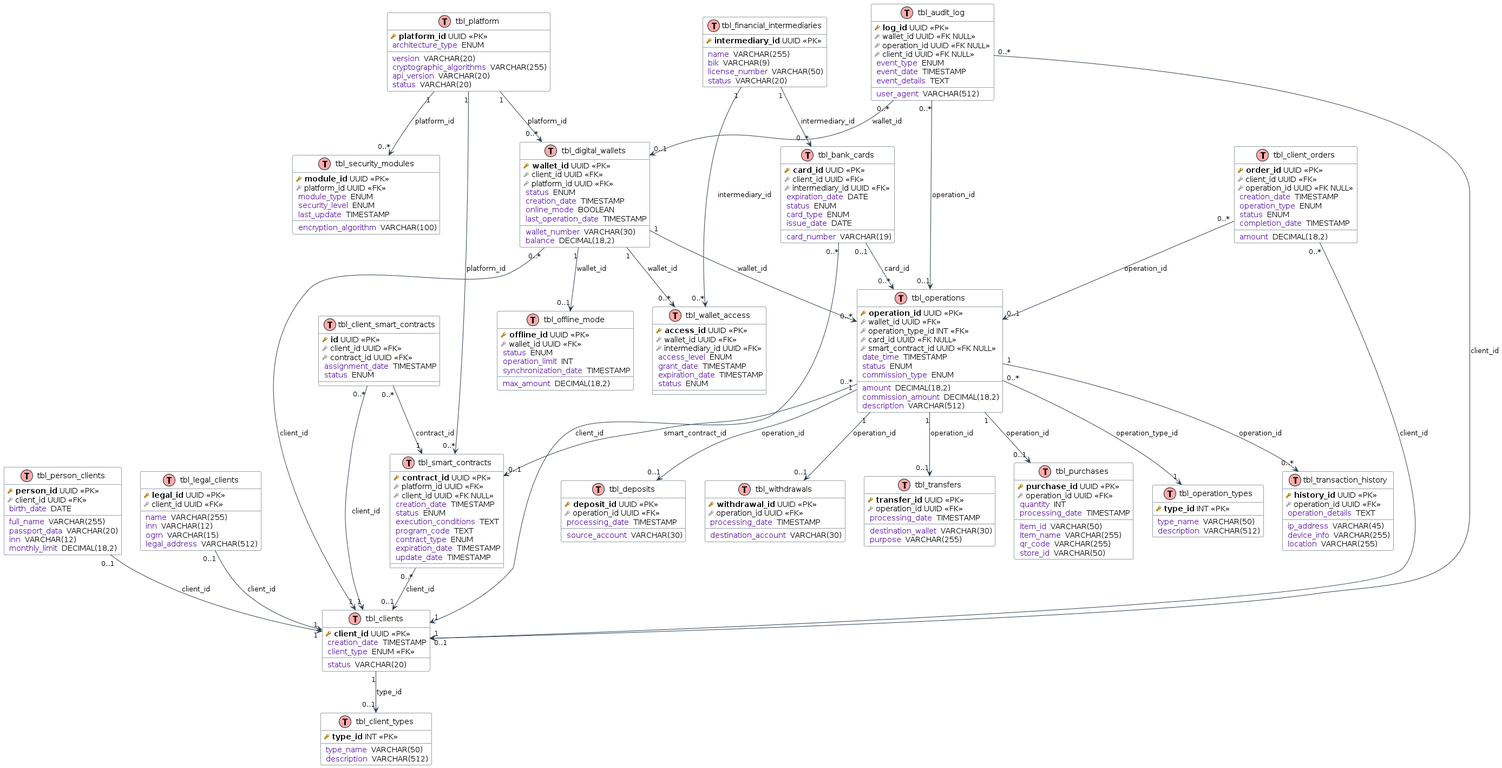
Above: out/plantuml/logical/Цифровой Рубль - Логический уровень.png in microbo-ru/vtb-archhack-2025 (PlantUML), before the change.
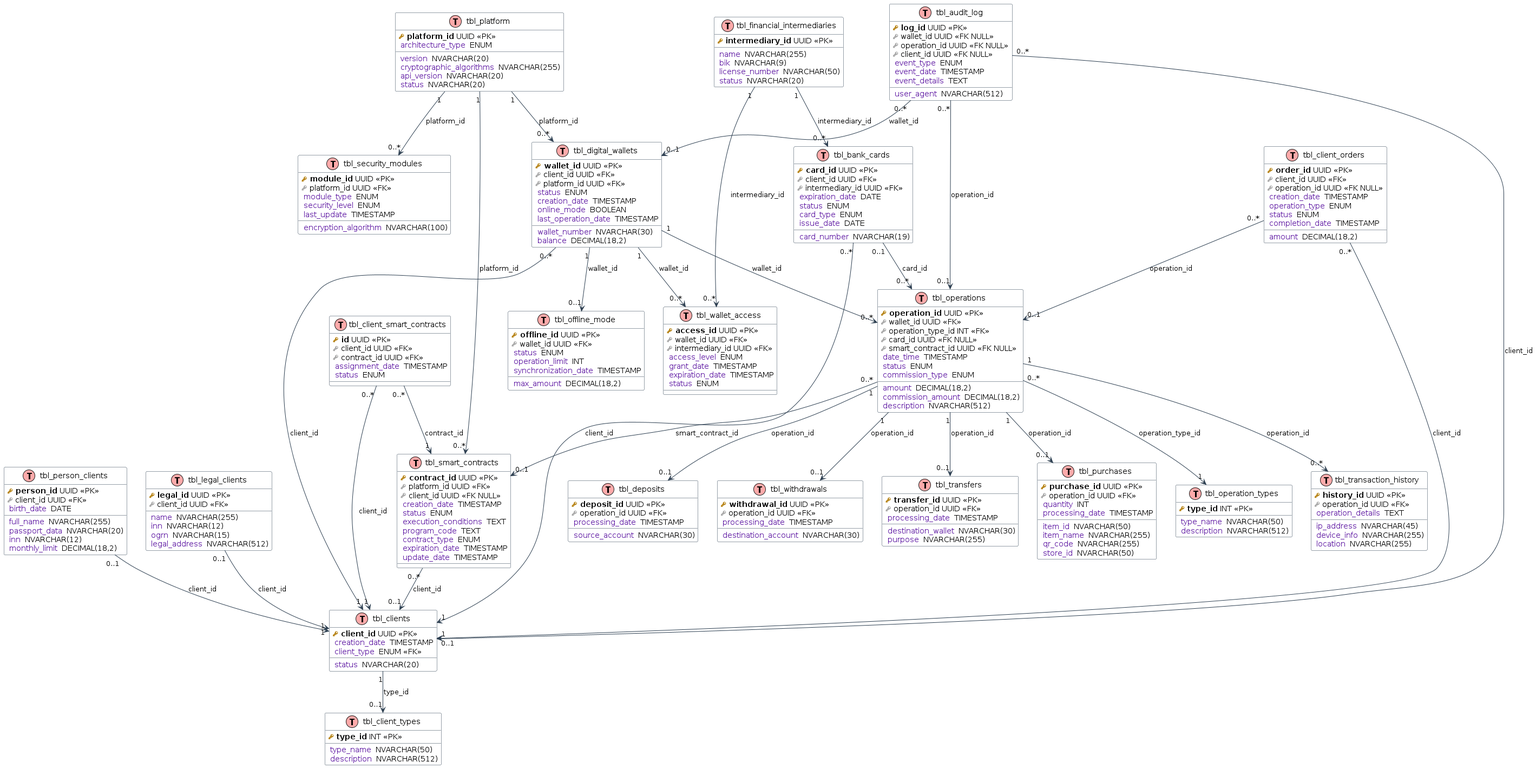
After the commit.

Commit message:
nvarchar and uuid updates

Diff of the diagram source:
```diff
@@ -16,57 +16,57 @@
 TABLE(tbl_clients) {
   PK(client_id) UUID <<PK>>
   COL(creation_date) TIMESTAMP
-  COL(status) VARCHAR(20)
+  COL(status) NVARCHAR(20)
   COL(client_type) ENUM <<FK>>
 }
 
 TABLE(tbl_person_clients) {
   PK(person_id) UUID <<PK>>
   FK(client_id) UUID <<FK>>
-  COL(full_name) VARCHAR(255)
+  COL(full_name) NVARCHAR(255)
   COL(birth_date) DATE
-  COL(passport_data) VARCHAR(20)
-  COL(inn) VARCHAR(12)
+  COL(passport_data) NVARCHAR(20)
+  COL(inn) NVARCHAR(12)
   COL(monthly_limit) DECIMAL(18,2)
 }
 
 TABLE(tbl_legal_clients) {
   PK(legal_id) UUID <<PK>>
   FK(client_id) UUID <<FK>>
-  COL(name) VARCHAR(255)
-  COL(inn) VARCHAR(12)
-  COL(ogrn) VARCHAR(15)
-  COL(legal_address) VARCHAR(512)
+  COL(name) NVARCHAR(255)
+  COL(inn) NVARCHAR(12)
+  COL(ogrn) NVARCHAR(15)
+  COL(legal_address) NVARCHAR(512)
 }
 
 TABLE(tbl_client_types) {
   PK(type_id) INT <<PK>>
-  COL(type_name) VARCHAR(50)
-  COL(description) VARCHAR(512)
+  COL(type_name) NVARCHAR(50)
+  COL(description) NVARCHAR(512)
 }
 
 TABLE(tbl_financial_intermediaries) {
   PK(intermediary_id) UUID <<PK>>
-  COL(name) VARCHAR(255)
-  COL(bik) VARCHAR(9)
-  COL(license_number) VARCHAR(50)
-  COL(status) VARCHAR(20)
+  COL(name) NVARCHAR(255)
+  COL(bik) NVARCHAR(9)
+  COL(license_number) NVARCHAR(50)
+  COL(status) NVARCHAR(20)
 }
 
 TABLE(tbl_platform) {
   PK(platform_id) UUID <<PK>>
-  COL(version) VARCHAR(20)
+  COL(version) NVARCHAR(20)
   COL(architecture_type) ENUM
-  COL(cryptographic_algorithms) VARCHAR(255)
-  COL(api_version) VARCHAR(20)
-  COL(status) VARCHAR(20)
+  COL(cryptographic_algorithms) NVARCHAR(255)
+  COL(api_version) NVARCHAR(20)
+  COL(status) NVARCHAR(20)
 }
 
 TABLE(tbl_digital_wallets) {
   PK(wallet_id) UUID <<PK>>
   FK(client_id) UUID <<FK>>
   FK(platform_id) UUID <<FK>>
-  COL(wallet_number) VARCHAR(30)
+  COL(wallet_number) NVARCHAR(30)
   COL(balance) DECIMAL(18,2)
   COL(status) ENUM
   COL(creation_date) TIMESTAMP
@@ -78,7 +78,7 @@
   PK(card_id) UUID <<PK>>
   FK(client_id) UUID <<FK>>
   FK(intermediary_id) UUID <<FK>>
-  COL(card_number) VARCHAR(19)
+  COL(card_number) NVARCHAR(19)
   COL(expiration_date) DATE
   COL(status) ENUM
   COL(card_type) ENUM
@@ -96,46 +96,46 @@
   COL(status) ENUM
   COL(commission_type) ENUM
   COL(commission_amount) DECIMAL(18,2)
-  COL(description) VARCHAR(512)
+  COL(description) NVARCHAR(512)
 }
 
 TABLE(tbl_deposits) {
   PK(deposit_id) UUID <<PK>>
   FK(operation_id) UUID <<FK>>
-  COL(source_account) VARCHAR(30)
+  COL(source_account) NVARCHAR(30)
   COL(processing_date) TIMESTAMP
 }
 
 TABLE(tbl_withdrawals) {
   PK(withdrawal_id) UUID <<PK>>
   FK(operation_id) UUID <<FK>>
-  COL(destination_account) VARCHAR(30)
+  COL(destination_account) NVARCHAR(30)
   COL(processing_date) TIMESTAMP
 }
 
 TABLE(tbl_transfers) {
   PK(transfer_id) UUID <<PK>>
   FK(operation_id) UUID <<FK>>
-  COL(destination_wallet) VARCHAR(30)
-  COL(purpose) VARCHAR(255)
+  COL(destination_wallet) NVARCHAR(30)
+  COL(purpose) NVARCHAR(255)
   COL(processing_date) TIMESTAMP
 }
 
 TABLE(tbl_purchases) {
   PK(purchase_id) UUID <<PK>>
   FK(operation_id) UUID <<FK>>
-  COL(item_id) VARCHAR(50)
-  COL(item_name) VARCHAR(255)
+  COL(item_id) NVARCHAR(50)
+  COL(item_name) NVARCHAR(255)
   COL(quantity) INT
-  COL(qr_code) VARCHAR(255)
-  COL(store_id) VARCHAR(50)
+  COL(qr_code) NVARCHAR(255)
+  COL(store_id) NVARCHAR(50)
   COL(processing_date) TIMESTAMP
 }
 
 TABLE(tbl_operation_types) {
   PK(type_id) INT <<PK>>
-  COL(type_name) VARCHAR(50)
-  COL(description) VARCHAR(512)
+  COL(type_name) NVARCHAR(50)
+  COL(description) NVARCHAR(512)
 }
 
 TABLE(tbl_client_orders) {
@@ -175,7 +175,7 @@
   PK(module_id) UUID <<PK>>
   FK(platform_id) UUID <<FK>>
   COL(module_type) ENUM
-  COL(encryption_algorithm) VARCHAR(100)
+  COL(encryption_algorithm) NVARCHAR(100)
   COL(security_level) ENUM
   COL(last_update) TIMESTAMP
 }
@@ -202,9 +202,9 @@
   PK(history_id) UUID <<PK>>
   FK(operation_id) UUID <<FK>>
   COL(operation_details) TEXT
-  COL(ip_address) VARCHAR(45)
-  COL(device_info) VARCHAR(255)
-  COL(location) VARCHAR(255)
+  COL(ip_address) NVARCHAR(45)
+  COL(device_info) NVARCHAR(255)
+  COL(location) NVARCHAR(255)
 }
 
 TABLE(tbl_audit_log) {
@@ -215,7 +215,7 @@
   COL(event_type) ENUM
   COL(event_date) TIMESTAMP
   COL(event_details) TEXT
-  COL(user_agent) VARCHAR(512)
+  COL(user_agent) NVARCHAR(512)
 }
 
 
```
